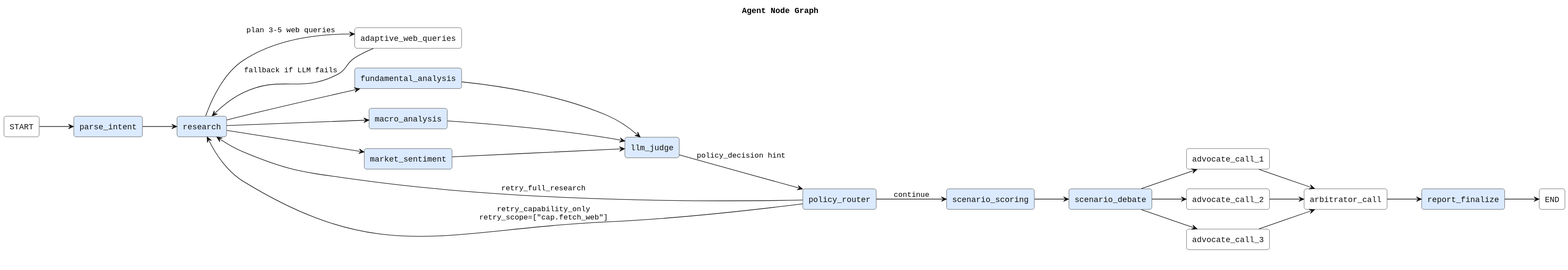
Earlier version of the PlantUML export design/design.svg (DuFanYin/agentic-invest).
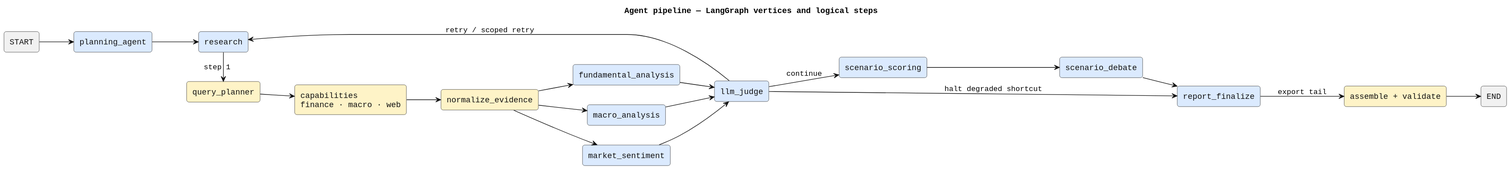
Above is the later version.

What changed in the source:
```diff
@@ -1,5 +1,5 @@
 @startuml
-title Agent Node Graph
+title Agent pipeline — LangGraph vertices and logical steps
 left to right direction
 
 skinparam backgroundColor #ffffff
@@ -7,58 +7,59 @@
 skinparam defaultFontName Monospaced
 skinparam ArrowColor #111111
 skinparam Rectangle {
-  BackgroundColor #ffffff
   BorderColor #111111
   FontColor #111111
   RoundCorner 8
 }
 
-rectangle "START" as START
-rectangle "parse_intent" as PARSE #dbeafe
-rectangle "research" as RESEARCH #dbeafe
-rectangle "adaptive_web_queries" as WEBPLAN
+rectangle "planning_agent" as PARSE #dbeafe
+rectangle "research" as RNODE #dbeafe
 
 rectangle "fundamental_analysis" as FUND #dbeafe
 rectangle "macro_analysis" as MACRO #dbeafe
 rectangle "market_sentiment" as SENT #dbeafe
+
 rectangle "llm_judge" as JUDGE #dbeafe
-rectangle "policy_router" as POLICY #dbeafe
 
 rectangle "scenario_scoring" as SCORE #dbeafe
 rectangle "scenario_debate" as DEBATE #dbeafe
-rectangle "advocate_call_1" as D1
-rectangle "advocate_call_2" as D2
-rectangle "advocate_call_3" as D3
-rectangle "arbitrator_call" as DSUM
 rectangle "report_finalize" as REPORT #dbeafe
+
+rectangle "query_planner" as QP #fef3c7
+
+rectangle "capabilities\nfinance · macro · web" as CAPS #fef3c7
+
+rectangle "normalize_evidence" as NORM #fef3c7
+
+rectangle "assemble + validate" as ASMV #fef3c7
+
+rectangle "START" as START
 rectangle "END" as ENDNODE
 
 START --> PARSE
-PARSE --> RESEARCH
-RESEARCH --> WEBPLAN : plan 3-5 web queries
-WEBPLAN --> RESEARCH : fallback if LLM fails
+PARSE --> RNODE
 
-RESEARCH --> FUND
-RESEARCH --> MACRO
-RESEARCH --> SENT
+RNODE -> QP : step 1
+QP --> CAPS
+CAPS --> NORM
+
+NORM --> FUND
+NORM --> MACRO
+NORM --> SENT
 
 FUND --> JUDGE
 MACRO --> JUDGE
 SENT --> JUDGE
 
-JUDGE --> POLICY : policy_decision hint
-POLICY --> RESEARCH : retry_full_research
-POLICY --> RESEARCH : retry_capability_only\nretry_scope=["cap.fetch_web"]
-POLICY --> SCORE : continue
+JUDGE --> RNODE : retry / scoped retry
+JUDGE --> SCORE : continue
+JUDGE --> REPORT : halt degraded shortcut
 
 SCORE --> DEBATE
-DEBATE --> D1
-DEBATE --> D2
-DEBATE --> D3
-D1 --> DSUM
-D2 --> DSUM
-D3 --> DSUM
-DSUM --> REPORT
 
-REPORT --> ENDNODE
+DEBATE --> REPORT
+
+REPORT --> ASMV : export tail
+
+ASMV --> ENDNODE
 @enduml
```
